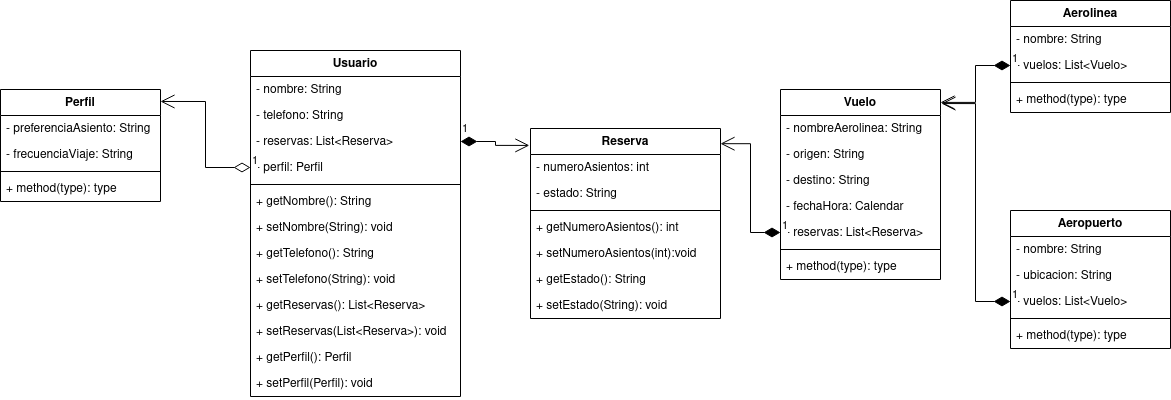
The draw.io diagram ejercicio2/diagram/ejercicio2-maxi.png in mackstm/examen-ets, before a commit. Source tidied: cells renumbered, new cells last; positions are measured from the earlier drawing's top-left corner, leaving out a move shared by most shapes.
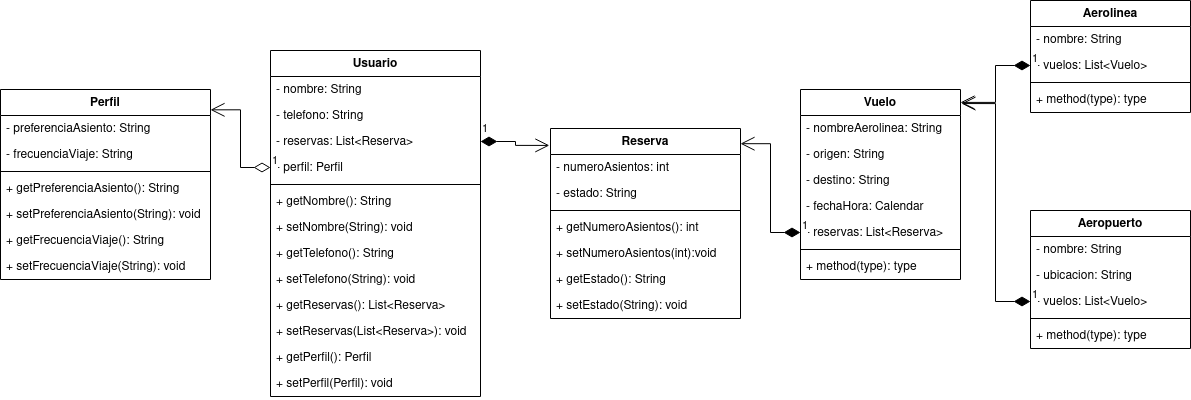
After the commit.

Change to the diagram source:
```diff
@@ -126,20 +126,29 @@
       <mxGeometry y="112" width="160" height="26" as="geometry" />
     </mxCell>
     <mxCell id="43" value="Perfil" style="swimlane;fontStyle=1;align=center;verticalAlign=top;horizontal=1;startSize=26;whiteSpace=wrap;html=1;" parent="1" vertex="1">
-      <mxGeometry y="89" width="160" height="112" as="geometry" />
+      <mxGeometry x="-20" y="89" width="210" height="190" as="geometry" />
     </mxCell>
     <mxCell id="44" value="- preferenciaAsiento: String" style="text;strokeColor=none;fillColor=none;align=left;verticalAlign=top;spacingLeft=4;spacingRight=4;overflow=hidden;whiteSpace=wrap;html=1;" parent="43" vertex="1">
-      <mxGeometry y="26" width="160" height="26" as="geometry" />
+      <mxGeometry y="26" width="210" height="26" as="geometry" />
     </mxCell>
     <mxCell id="45" value="- frecuenciaViaje: String" style="text;strokeColor=none;fillColor=none;align=left;verticalAlign=top;spacingLeft=4;spacingRight=4;overflow=hidden;whiteSpace=wrap;html=1;" parent="43" vertex="1">
-      <mxGeometry y="52" width="160" height="26" as="geometry" />
+      <mxGeometry y="52" width="210" height="26" as="geometry" />
     </mxCell>
     <mxCell id="46" style="line;strokeWidth=1;fillColor=none;align=left;verticalAlign=middle;spacingTop=-1;spacingLeft=3;spacingRight=3;labelPosition=right;strokeColor=inherit;" parent="43" vertex="1">
-      <mxGeometry y="78" width="160" height="8" as="geometry" />
+      <mxGeometry y="78" width="210" height="8" as="geometry" />
     </mxCell>
-    <mxCell id="47" value="+ method(type): type" style="text;strokeColor=none;fillColor=none;align=left;verticalAlign=top;spacingLeft=4;spacingRight=4;overflow=hidden;whiteSpace=wrap;html=1;" parent="43" vertex="1">
-      <mxGeometry y="86" width="160" height="26" as="geometry" />
+    <mxCell id="47" value="+ getPreferenciaAsiento(): String" style="text;strokeColor=none;fillColor=none;align=left;verticalAlign=top;spacingLeft=4;spacingRight=4;overflow=hidden;whiteSpace=wrap;html=1;" parent="43" vertex="1">
+      <mxGeometry y="86" width="210" height="26" as="geometry" />
     </mxCell>
+    <mxCell id="53" value="+ setPreferenciaAsiento(String): void" style="text;strokeColor=none;fillColor=none;align=left;verticalAlign=top;spacingLeft=4;spacingRight=4;overflow=hidden;whiteSpace=wrap;html=1;" parent="43" vertex="1">
+      <mxGeometry y="112" width="210" height="26" as="geometry" />
+    </mxCell>
+    <mxCell id="54" value="+ getFrecuenciaViaje(): String" style="text;strokeColor=none;fillColor=none;align=left;verticalAlign=top;spacingLeft=4;spacingRight=4;overflow=hidden;whiteSpace=wrap;html=1;" parent="43" vertex="1">
+      <mxGeometry y="138" width="210" height="26" as="geometry" />
+    </mxCell>
+    <mxCell id="55" value="+ setFrecuenciaViaje(String): void" style="text;strokeColor=none;fillColor=none;align=left;verticalAlign=top;spacingLeft=4;spacingRight=4;overflow=hidden;whiteSpace=wrap;html=1;" parent="43" vertex="1">
+      <mxGeometry y="164" width="210" height="26" as="geometry" />
+    </mxCell>
     <mxCell id="48" value="1" style="endArrow=open;html=1;endSize=12;startArrow=diamondThin;startSize=14;startFill=1;edgeStyle=orthogonalEdgeStyle;align=left;verticalAlign=bottom;rounded=0;exitX=1;exitY=0.5;exitDx=0;exitDy=0;entryX=-0.006;entryY=0.089;entryDx=0;entryDy=0;entryPerimeter=0;" parent="1" edge="1" source="5" target="16">
       <mxGeometry x="-1" y="3" relative="1" as="geometry" />
     </mxCell>
```
